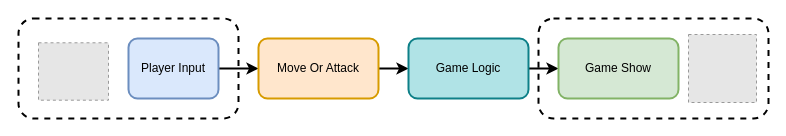
yrdimple/flowChart keeps this draw.io diagram as page "multi 的副本 的副本" (7 of 47) of booming/Booming ypwangv6.0 new 104ppt-17.drawio. Above is the earlier version. Source tidied: cells renumbered, new cells numbered last; positions are measured from the earlier drawing's top-left corner, leaving out a move shared by most shapes. Both pictures are drawn from the tidied source at 100%, with x=0, y=0 at pixel (18, 18). Pictures stored in the file or linked from it are replaced by grey dashed boxes.
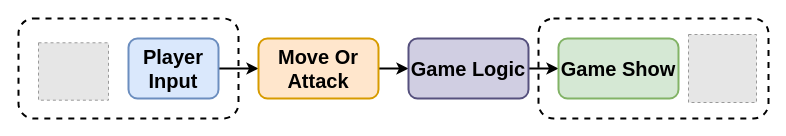
The same page after the edit.

Change to the diagram source:
```diff
@@
 <mxGraphModel>
   <root>
     <mxCell id="0" />
     <mxCell id="1" parent="0" />
-    <mxCell id="2" style="fillColor=#E6E6E6;strokeColor=#999999;dashed=1;verticalLabelPosition=bottom;labelBackgroundColor=default;verticalAlign=top;" parent="1" vertex="1">
+    <mxCell id="2" style="fillColor=#E6E6E6;strokeColor=#999999;dashed=1;verticalLabelPosition=bottom;labelBackgroundColor=default;verticalAlign=top;fontSize=20;fontStyle=1;" parent="1" vertex="1">
       <mxGeometry x="20" y="24.3" width="70" height="57.4" as="geometry" />
     </mxCell>
-    <mxCell id="3" style="edgeStyle=orthogonalEdgeStyle;rounded=0;jettySize=auto;html=1;entryX=0;entryY=0.5;entryDx=0;entryDy=0;strokeWidth=2;" parent="1" edge="1" source="4" target="6">
+    <mxCell id="3" style="edgeStyle=orthogonalEdgeStyle;rounded=0;jettySize=auto;html=1;entryX=0;entryY=0.5;entryDx=0;entryDy=0;strokeWidth=2;fontSize=20;fontStyle=1;" parent="1" edge="1" source="4" target="6">
       <mxGeometry relative="1" as="geometry" />
     </mxCell>
-    <mxCell id="4" value="Player Input" style="rounded=1;whiteSpace=wrap;html=1;strokeWidth=2;fillColor=#dae8fc;strokeColor=#6c8ebf;" parent="1" vertex="1">
+    <mxCell id="4" value="Player Input" style="rounded=1;whiteSpace=wrap;html=1;strokeWidth=2;fillColor=#dae8fc;strokeColor=#6c8ebf;fontSize=20;fontStyle=1;" parent="1" vertex="1">
       <mxGeometry x="110" y="20" width="90" height="60" as="geometry" />
     </mxCell>
-    <mxCell id="5" style="edgeStyle=orthogonalEdgeStyle;rounded=0;jettySize=auto;html=1;entryX=0;entryY=0.5;entryDx=0;entryDy=0;strokeWidth=2;" parent="1" edge="1" source="6" target="8">
+    <mxCell id="5" style="edgeStyle=orthogonalEdgeStyle;rounded=0;jettySize=auto;html=1;entryX=0;entryY=0.5;entryDx=0;entryDy=0;strokeWidth=2;fontSize=20;fontStyle=1;" parent="1" edge="1" source="6" target="8">
       <mxGeometry relative="1" as="geometry" />
     </mxCell>
-    <mxCell id="6" value="Move Or Attack" style="rounded=1;whiteSpace=wrap;html=1;strokeWidth=2;fillColor=#ffe6cc;strokeColor=#d79b00;" parent="1" vertex="1">
+    <mxCell id="6" value="Move Or Attack" style="rounded=1;whiteSpace=wrap;html=1;strokeWidth=2;fillColor=#ffe6cc;strokeColor=#d79b00;fontSize=20;fontStyle=1;" parent="1" vertex="1">
       <mxGeometry x="240" y="20" width="120" height="60" as="geometry" />
     </mxCell>
-    <mxCell id="7" style="edgeStyle=orthogonalEdgeStyle;rounded=0;jettySize=auto;html=1;strokeWidth=2;" parent="1" edge="1" source="8" target="9">
+    <mxCell id="7" style="edgeStyle=orthogonalEdgeStyle;rounded=0;jettySize=auto;html=1;strokeWidth=2;fontSize=20;fontStyle=1;" parent="1" edge="1" source="8" target="9">
       <mxGeometry relative="1" as="geometry" />
     </mxCell>
-    <mxCell id="8" value="Game Logic" style="rounded=1;whiteSpace=wrap;html=1;strokeWidth=2;fillColor=#b0e3e6;strokeColor=#0e8088;" parent="1" vertex="1">
+    <mxCell id="8" value="Game Logic" style="rounded=1;whiteSpace=wrap;html=1;strokeWidth=2;fillColor=#d0cee2;strokeColor=#56517e;fontSize=20;fontStyle=1;" parent="1" vertex="1">
       <mxGeometry x="390" y="20" width="120" height="60" as="geometry" />
     </mxCell>
-    <mxCell id="9" value="Game Show" style="rounded=1;whiteSpace=wrap;html=1;strokeWidth=2;fillColor=#d5e8d4;strokeColor=#82b366;" parent="1" vertex="1">
+    <mxCell id="9" value="Game Show" style="rounded=1;whiteSpace=wrap;html=1;strokeWidth=2;fillColor=#d5e8d4;strokeColor=#82b366;fontSize=20;fontStyle=1;" parent="1" vertex="1">
       <mxGeometry x="540" y="20" width="120" height="60" as="geometry" />
     </mxCell>
-    <mxCell id="10" style="fillColor=#E6E6E6;strokeColor=#999999;dashed=1;html=1;verticalAlign=top;verticalLabelPosition=bottom;labelBackgroundColor=#ffffff;" parent="1" vertex="1">
+    <mxCell id="10" style="fillColor=#E6E6E6;strokeColor=#999999;dashed=1;html=1;verticalAlign=top;verticalLabelPosition=bottom;labelBackgroundColor=#ffffff;fontSize=20;fontStyle=1;" parent="1" vertex="1">
       <mxGeometry x="670" y="16" width="68" height="68" as="geometry" />
     </mxCell>
-    <mxCell id="11" style="rounded=1;whiteSpace=wrap;html=1;strokeWidth=2;fillColor=none;dashed=1;" parent="1" vertex="1">
+    <mxCell id="11" style="rounded=1;whiteSpace=wrap;html=1;strokeWidth=2;fillColor=none;dashed=1;fontSize=20;fontStyle=1;" parent="1" vertex="1">
       <mxGeometry width="220" height="100" as="geometry" />
     </mxCell>
-    <mxCell id="12" style="rounded=1;whiteSpace=wrap;html=1;strokeWidth=2;fillColor=none;dashed=1;" parent="1" vertex="1">
+    <mxCell id="12" style="rounded=1;whiteSpace=wrap;html=1;strokeWidth=2;fillColor=none;dashed=1;fontSize=20;fontStyle=1;" parent="1" vertex="1">
       <mxGeometry x="520" width="230" height="100" as="geometry" />
     </mxCell>
   </root>
 </mxGraphModel>
```
